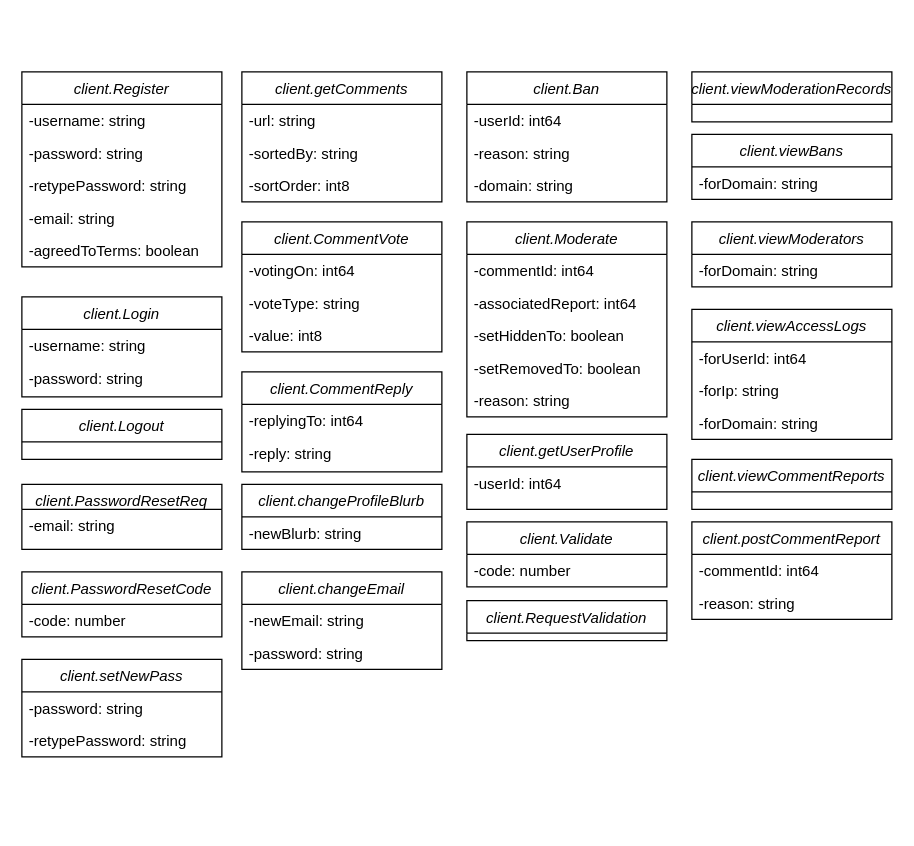
Earlier version of the draw.io diagram uml diagrams/clientServerCommEnts.drawio (comment-anything/Specifications). Source tidied: cells renumbered, new cells numbered last; positions are measured from the earlier drawing's top-left corner, leaving out a move shared by most shapes. Both pictures are drawn from the tidied source at 125%, with x=0, y=0 at pixel (21, 71).
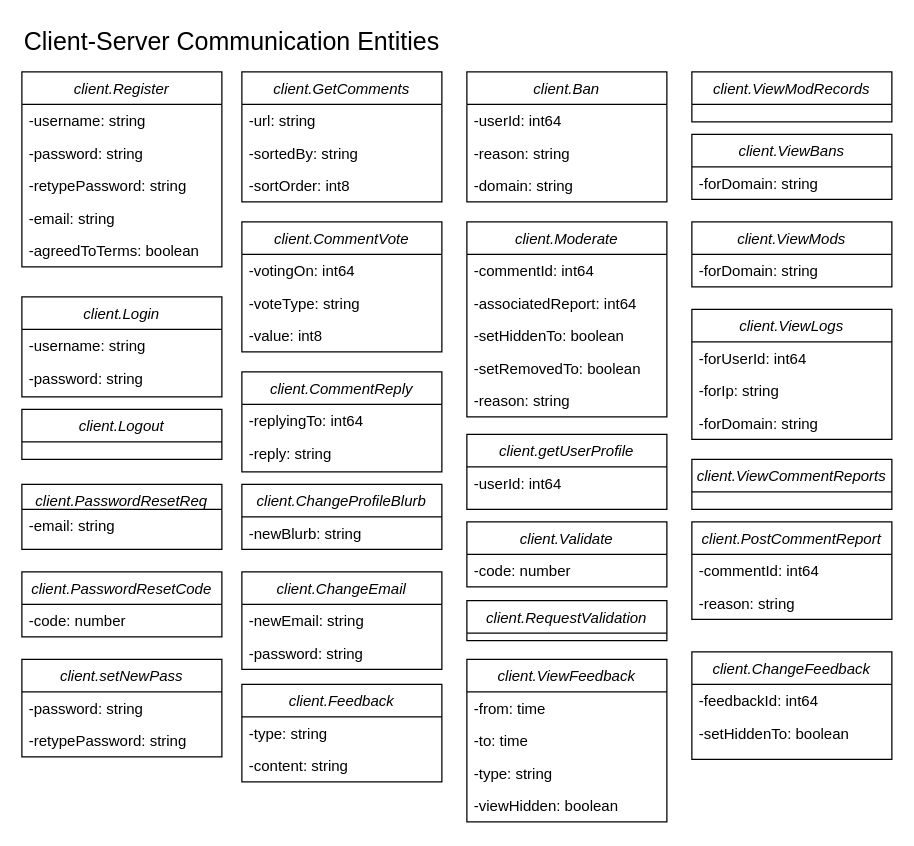
Above is the later version.

Commit message (it also covers changes not shown here):
additional diagrams, improved register, started caching ents

Diff of the diagram source:
```diff
@@
-    <mxCell id="9" value="client.getComments" style="swimlane;fontStyle=2;align=center;verticalAlign=top;horizontal=1;startSize=26;rounded=0;shadow=0;strokeWidth=1;" parent="1" vertex="1">
+    <mxCell id="9" value="client.GetComments" style="swimlane;fontStyle=2;align=center;verticalAlign=top;horizontal=1;startSize=26;rounded=0;shadow=0;strokeWidth=1;" parent="1" vertex="1">
       <mxGeometry x="176" width="160" height="104" as="geometry" />
     </mxCell>
@@
-    <mxCell id="15" value="client.postCommentReport" style="swimlane;fontStyle=2;align=center;verticalAlign=top;horizontal=1;startSize=26;rounded=0;shadow=0;strokeWidth=1;" parent="1" vertex="1">
+    <mxCell id="15" value="client.PostCommentReport" style="swimlane;fontStyle=2;align=center;verticalAlign=top;horizontal=1;startSize=26;rounded=0;shadow=0;strokeWidth=1;" parent="1" vertex="1">
       <mxGeometry x="536" y="360" width="160" height="78" as="geometry" />
     </mxCell>
@@
-    <mxCell id="18" value="client.viewCommentReports" style="swimlane;fontStyle=2;align=center;verticalAlign=top;horizontal=1;startSize=26;rounded=0;shadow=0;strokeWidth=1;" parent="1" vertex="1">
+    <mxCell id="18" value="client.ViewCommentReports" style="swimlane;fontStyle=2;align=center;verticalAlign=top;horizontal=1;startSize=26;rounded=0;shadow=0;strokeWidth=1;" parent="1" vertex="1">
       <mxGeometry x="536" y="310" width="160" height="40" as="geometry" />
     </mxCell>
-    <mxCell id="19" value="client.viewModerationRecords" style="swimlane;fontStyle=2;align=center;verticalAlign=top;horizontal=1;startSize=26;rounded=0;shadow=0;strokeWidth=1;" parent="1" vertex="1">
+    <mxCell id="19" value="client.ViewModRecords" style="swimlane;fontStyle=2;align=center;verticalAlign=top;horizontal=1;startSize=26;rounded=0;shadow=0;strokeWidth=1;" parent="1" vertex="1">
       <mxGeometry x="536" width="160" height="40" as="geometry" />
     </mxCell>
-    <mxCell id="20" value="client.viewAccessLogs" style="swimlane;fontStyle=2;align=center;verticalAlign=top;horizontal=1;startSize=26;rounded=0;shadow=0;strokeWidth=1;" parent="1" vertex="1">
+    <mxCell id="20" value="client.ViewLogs" style="swimlane;fontStyle=2;align=center;verticalAlign=top;horizontal=1;startSize=26;rounded=0;shadow=0;strokeWidth=1;" parent="1" vertex="1">
       <mxGeometry x="536" y="190" width="160" height="104" as="geometry" />
     </mxCell>
@@
-    <mxCell id="24" value="client.viewModerators" style="swimlane;fontStyle=2;align=center;verticalAlign=top;horizontal=1;startSize=26;rounded=0;shadow=0;strokeWidth=1;" parent="1" vertex="1">
+    <mxCell id="24" value="client.ViewMods" style="swimlane;fontStyle=2;align=center;verticalAlign=top;horizontal=1;startSize=26;rounded=0;shadow=0;strokeWidth=1;" parent="1" vertex="1">
       <mxGeometry x="536" y="120" width="160" height="52" as="geometry" />
     </mxCell>
@@
-    <mxCell id="30" value="client.viewBans" style="swimlane;fontStyle=2;align=center;verticalAlign=top;horizontal=1;startSize=26;rounded=0;shadow=0;strokeWidth=1;" parent="1" vertex="1">
+    <mxCell id="30" value="client.ViewBans" style="swimlane;fontStyle=2;align=center;verticalAlign=top;horizontal=1;startSize=26;rounded=0;shadow=0;strokeWidth=1;" parent="1" vertex="1">
       <mxGeometry x="536" y="50" width="160" height="52" as="geometry" />
     </mxCell>
@@
-    <mxCell id="48" value="client.changeProfileBlurb" style="swimlane;fontStyle=2;align=center;verticalAlign=top;horizontal=1;startSize=26;rounded=0;shadow=0;strokeWidth=1;" parent="1" vertex="1">
+    <mxCell id="48" value="client.ChangeProfileBlurb" style="swimlane;fontStyle=2;align=center;verticalAlign=top;horizontal=1;startSize=26;rounded=0;shadow=0;strokeWidth=1;" parent="1" vertex="1">
       <mxGeometry x="176" y="330" width="160" height="52" as="geometry" />
     </mxCell>
@@
-    <mxCell id="50" value="client.changeEmail" style="swimlane;fontStyle=2;align=center;verticalAlign=top;horizontal=1;startSize=26;rounded=0;shadow=0;strokeWidth=1;" parent="1" vertex="1">
+    <mxCell id="50" value="client.ChangeEmail" style="swimlane;fontStyle=2;align=center;verticalAlign=top;horizontal=1;startSize=26;rounded=0;shadow=0;strokeWidth=1;" parent="1" vertex="1">
       <mxGeometry x="176" y="400" width="160" height="78" as="geometry" />
     </mxCell>
@@
+    <mxCell id="63" value="client.Feedback" style="swimlane;fontStyle=2;align=center;verticalAlign=top;horizontal=1;startSize=26;rounded=0;shadow=0;strokeWidth=1;" parent="1" vertex="1">
+      <mxGeometry x="176" y="490" width="160" height="78" as="geometry" />
+    </mxCell>
+    <mxCell id="64" value="-type: string" style="text;align=left;verticalAlign=top;spacingLeft=4;spacingRight=4;overflow=hidden;" parent="63" vertex="1">
+      <mxGeometry y="26" width="160" height="26" as="geometry" />
+    </mxCell>
+    <mxCell id="65" value="-content: string" style="text;align=left;verticalAlign=top;spacingLeft=4;spacingRight=4;overflow=hidden;" parent="63" vertex="1">
+      <mxGeometry y="52" width="160" height="26" as="geometry" />
+    </mxCell>
+    <mxCell id="66" value="client.ViewFeedback" style="swimlane;fontStyle=2;align=center;verticalAlign=top;horizontal=1;startSize=26;rounded=0;shadow=0;strokeWidth=1;" parent="1" vertex="1">
+      <mxGeometry x="356" y="470" width="160" height="130" as="geometry" />
+    </mxCell>
+    <mxCell id="67" value="-from: time" style="text;align=left;verticalAlign=top;spacingLeft=4;spacingRight=4;overflow=hidden;" parent="66" vertex="1">
+      <mxGeometry y="26" width="160" height="26" as="geometry" />
+    </mxCell>
+    <mxCell id="68" value="-to: time" style="text;align=left;verticalAlign=top;spacingLeft=4;spacingRight=4;overflow=hidden;" parent="66" vertex="1">
+      <mxGeometry y="52" width="160" height="26" as="geometry" />
+    </mxCell>
+    <mxCell id="69" value="-type: string" style="text;align=left;verticalAlign=top;spacingLeft=4;spacingRight=4;overflow=hidden;" parent="66" vertex="1">
+      <mxGeometry y="78" width="160" height="26" as="geometry" />
+    </mxCell>
+    <mxCell id="70" value="-viewHidden: boolean" style="text;align=left;verticalAlign=top;spacingLeft=4;spacingRight=4;overflow=hidden;" parent="66" vertex="1">
+      <mxGeometry y="104" width="160" height="26" as="geometry" />
+    </mxCell>
+    <mxCell id="71" value="client.ChangeFeedback" style="swimlane;fontStyle=2;align=center;verticalAlign=top;horizontal=1;startSize=26;rounded=0;shadow=0;strokeWidth=1;" parent="1" vertex="1">
+      <mxGeometry x="536" y="464" width="160" height="86" as="geometry" />
+    </mxCell>
+    <mxCell id="72" value="-feedbackId: int64" style="text;align=left;verticalAlign=top;spacingLeft=4;spacingRight=4;overflow=hidden;" parent="71" vertex="1">
+      <mxGeometry y="26" width="160" height="26" as="geometry" />
+    </mxCell>
+    <mxCell id="73" value="-setHiddenTo: boolean" style="text;align=left;verticalAlign=top;spacingLeft=4;spacingRight=4;overflow=hidden;" parent="71" vertex="1">
+      <mxGeometry y="52" width="160" height="26" as="geometry" />
+    </mxCell>
+    <mxCell id="74" value="Client-Server Communication Entities" style="text;html=1;strokeColor=none;fillColor=none;align=left;verticalAlign=middle;whiteSpace=wrap;rounded=0;fontSize=20;" parent="1" vertex="1">
+      <mxGeometry y="-40" width="380" height="30" as="geometry" />
+    </mxCell>
```
